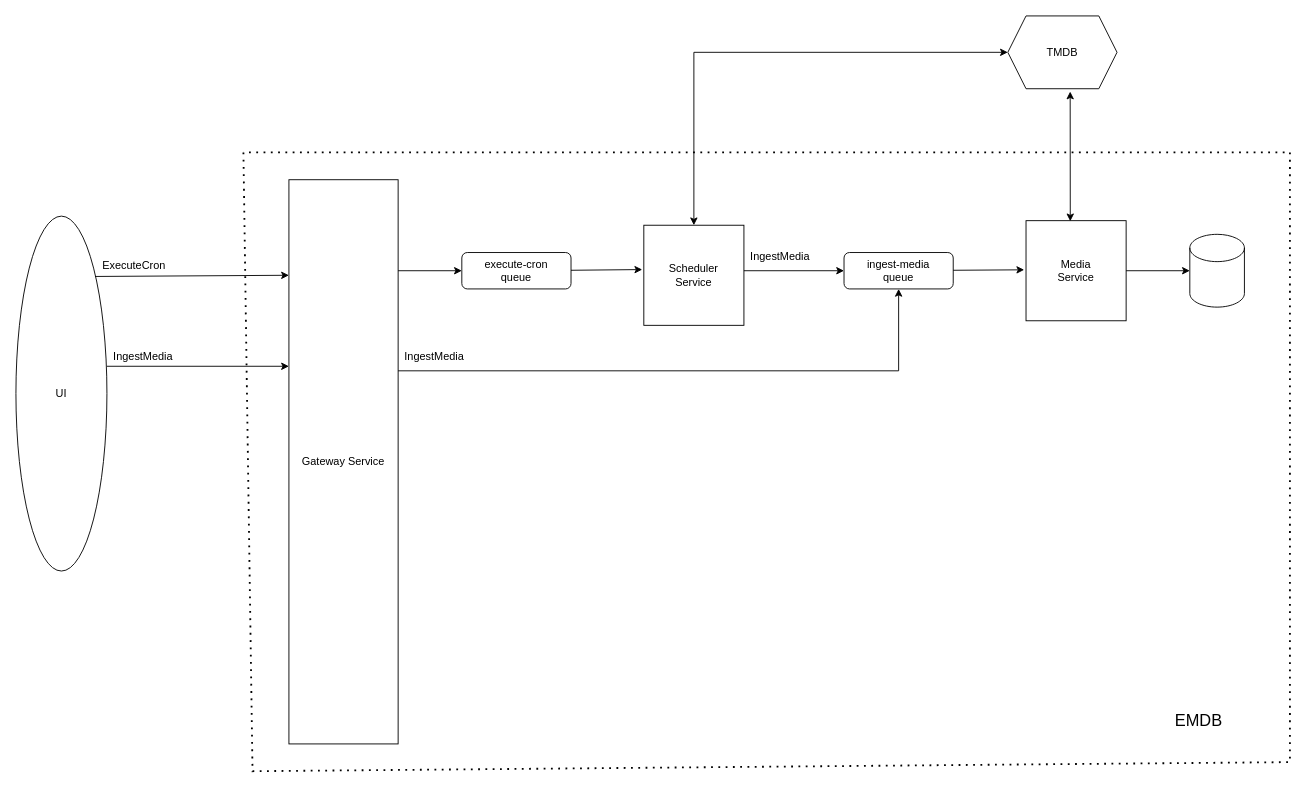
This is emdb/doc/emdb2.drawio from douglase72/projects, a draw.io file, before an edit. Source tidied: cells renumbered, new cells numbered last; positions are measured from the earlier drawing's top-left corner, leaving out a move shared by most shapes. Both pictures are drawn from the tidied source at 91%, with x=0, y=0 at pixel (15, 15).
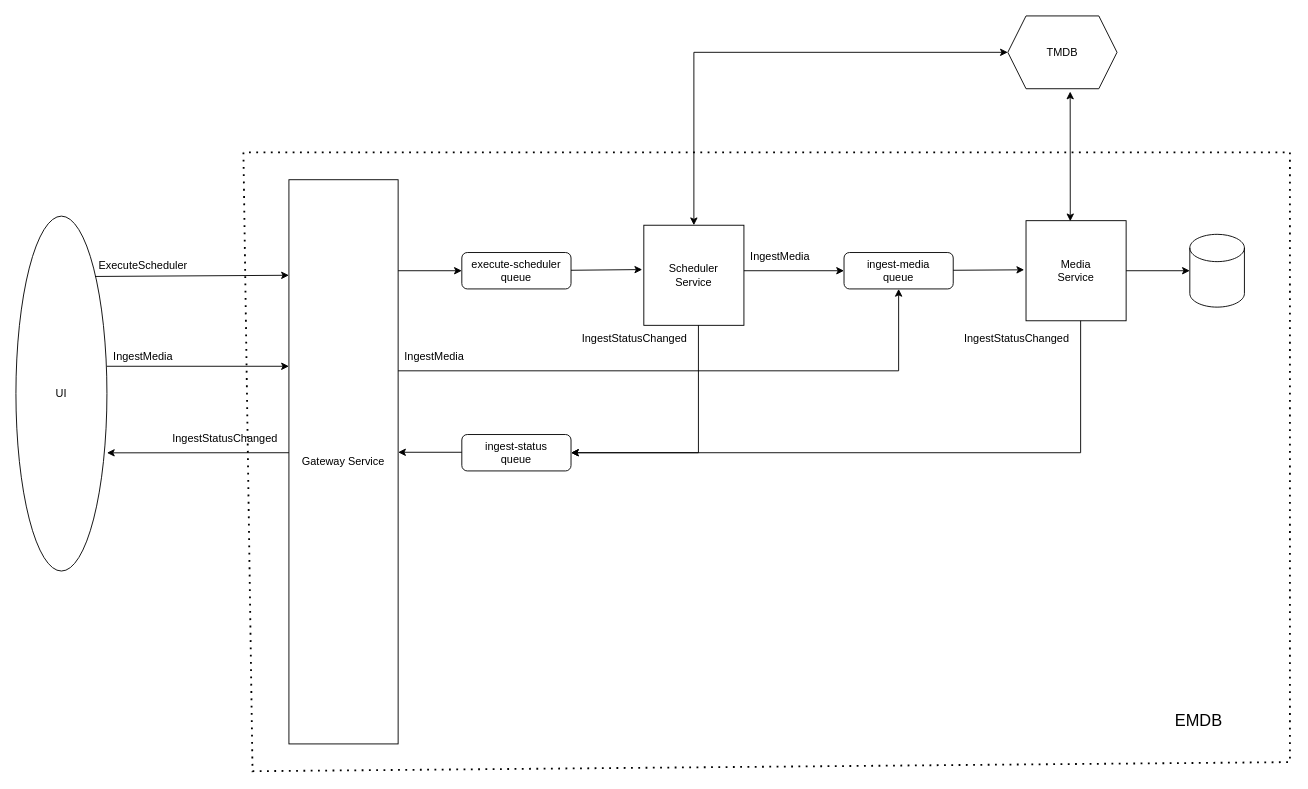
After the change.

Unchanged cells that the change refers to:
```xml
<mxCell id="12" value="UI" style="ellipse;whiteSpace=wrap;html=1;" parent="1" vertex="1">
  <mxGeometry y="220" width="100" height="390" as="geometry" />
</mxCell>
```

What changed in the source:
```diff
@@
-    <mxCell id="4" value="ExecuteCron" style="text;html=1;whiteSpace=wrap;strokeColor=none;fillColor=none;align=center;verticalAlign=middle;rounded=0;" parent="1" vertex="1">
-      <mxGeometry x="100" y="260" width="60" height="30" as="geometry" />
+    <mxCell id="4" value="ExecuteScheduler" style="text;html=1;whiteSpace=wrap;strokeColor=none;fillColor=none;align=center;verticalAlign=middle;rounded=0;" parent="1" vertex="1">
+      <mxGeometry x="110" y="260" width="60" height="30" as="geometry" />
     </mxCell>
@@
-    <mxCell id="18" value="execute-cron&lt;div&gt;queue&lt;/div&gt;" style="rounded=1;whiteSpace=wrap;html=1;" parent="1" vertex="1">
+    <mxCell id="18" value="execute-scheduler&lt;div&gt;queue&lt;/div&gt;" style="rounded=1;whiteSpace=wrap;html=1;" parent="1" vertex="1">
       <mxGeometry x="490" y="260" width="120" height="40" as="geometry" />
     </mxCell>
@@
+    <mxCell id="26" value="ingest-status&lt;br&gt;&lt;div&gt;queue&lt;/div&gt;" style="rounded=1;whiteSpace=wrap;html=1;" parent="1" vertex="1">
+      <mxGeometry x="490" y="460" width="120" height="40" as="geometry" />
+    </mxCell>
+    <mxCell id="27" style="endArrow=classic;html=1;rounded=0;entryX=0;entryY=0.5;entryDx=0;entryDy=0;" parent="1" edge="1">
+      <mxGeometry relative="1" as="geometry">
+        <mxPoint x="490" y="479.5" as="sourcePoint" />
+        <mxPoint x="420" y="479.5" as="targetPoint" />
+      </mxGeometry>
+    </mxCell>
+    <mxCell id="28" style="endArrow=classic;html=1;rounded=0;entryX=1;entryY=0.5;entryDx=0;entryDy=0;" parent="1" edge="1" target="26">
+      <mxGeometry relative="1" as="geometry">
+        <mxPoint x="750" y="340" as="sourcePoint" />
+        <Array as="points">
+          <mxPoint x="750" y="480" />
+        </Array>
+      </mxGeometry>
+    </mxCell>
+    <mxCell id="29" style="endArrow=classic;html=1;rounded=0;entryX=1;entryY=0.5;entryDx=0;entryDy=0;" parent="1" edge="1" target="26">
+      <mxGeometry relative="1" as="geometry">
+        <mxPoint x="1170" y="335" as="sourcePoint" />
+        <Array as="points">
+          <mxPoint x="1170" y="480" />
+        </Array>
+      </mxGeometry>
+    </mxCell>
+    <mxCell id="30" style="endArrow=classic;html=1;rounded=0;entryX=1;entryY=0.667;entryDx=0;entryDy=0;entryPerimeter=0;" parent="1" edge="1" target="12">
+      <mxGeometry relative="1" as="geometry">
+        <mxPoint x="300" y="480" as="sourcePoint" />
+      </mxGeometry>
+    </mxCell>
+    <mxCell id="31" value="IngestStatusChanged" style="text;html=1;whiteSpace=wrap;strokeColor=none;fillColor=none;align=center;verticalAlign=middle;rounded=0;" parent="1" vertex="1">
+      <mxGeometry x="1070" y="340" width="60" height="30" as="geometry" />
+    </mxCell>
+    <mxCell id="32" value="IngestStatusChanged" style="text;html=1;whiteSpace=wrap;strokeColor=none;fillColor=none;align=center;verticalAlign=middle;rounded=0;" parent="1" vertex="1">
+      <mxGeometry x="650" y="340" width="60" height="30" as="geometry" />
+    </mxCell>
+    <mxCell id="33" value="IngestStatusChanged" style="text;html=1;whiteSpace=wrap;strokeColor=none;fillColor=none;align=center;verticalAlign=middle;rounded=0;" parent="1" vertex="1">
+      <mxGeometry x="200" y="450" width="60" height="30" as="geometry" />
+    </mxCell>
```
